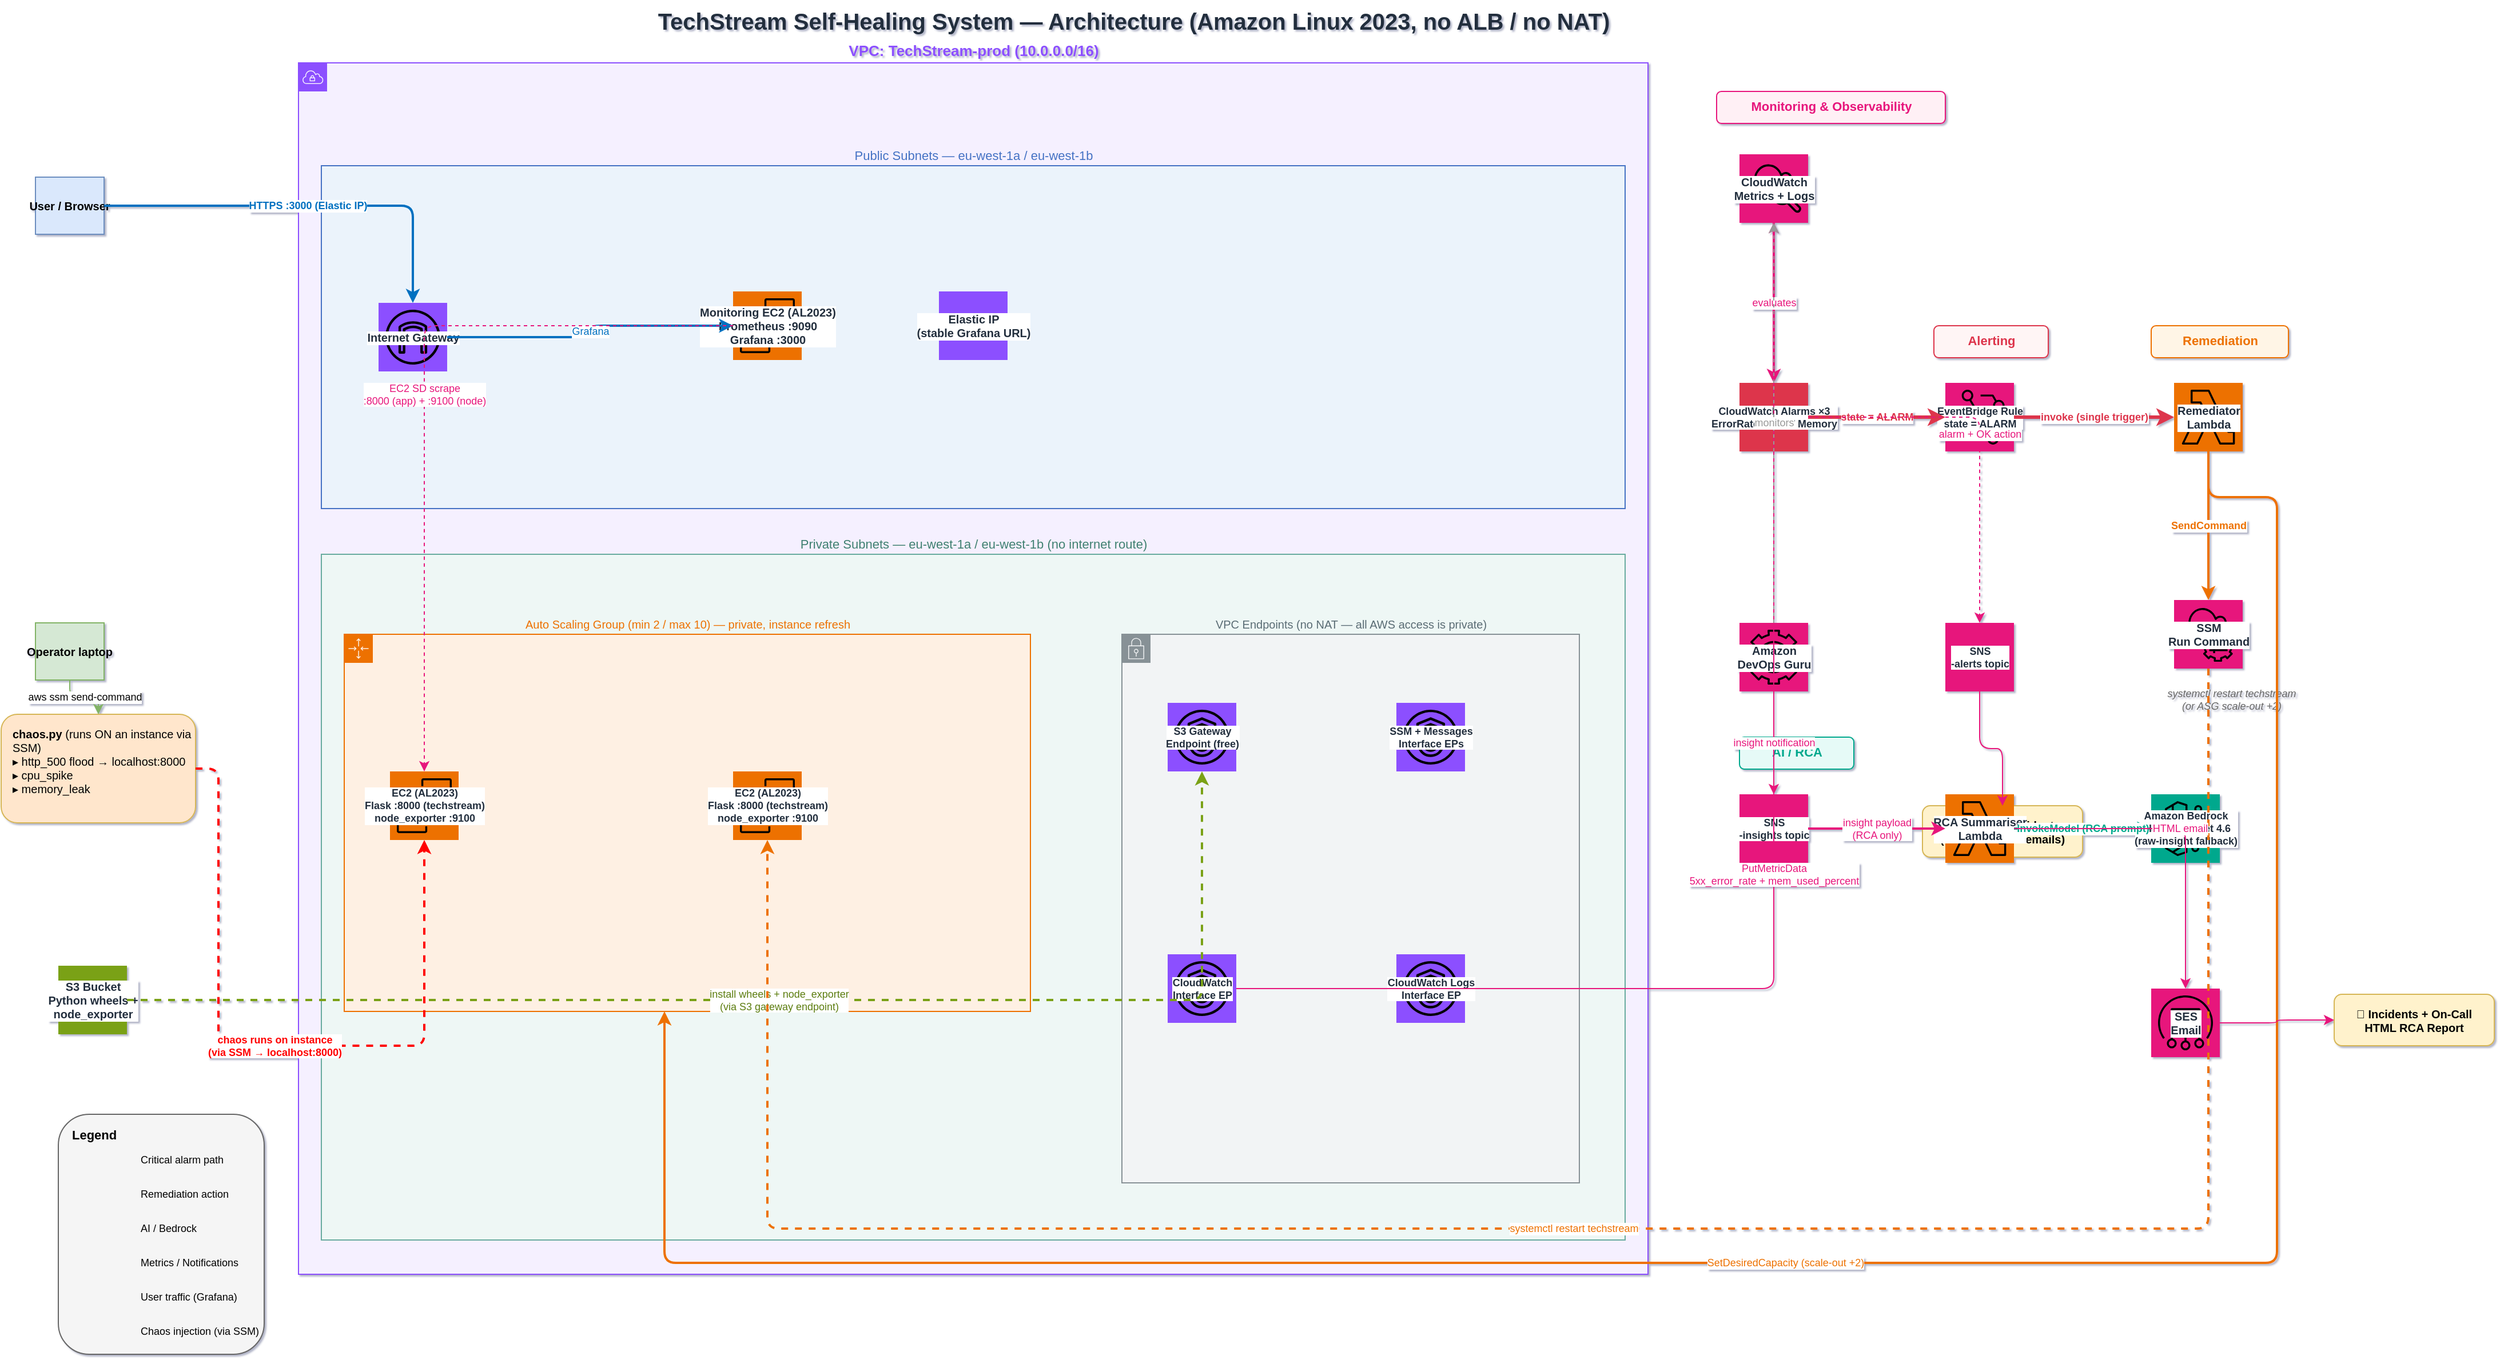
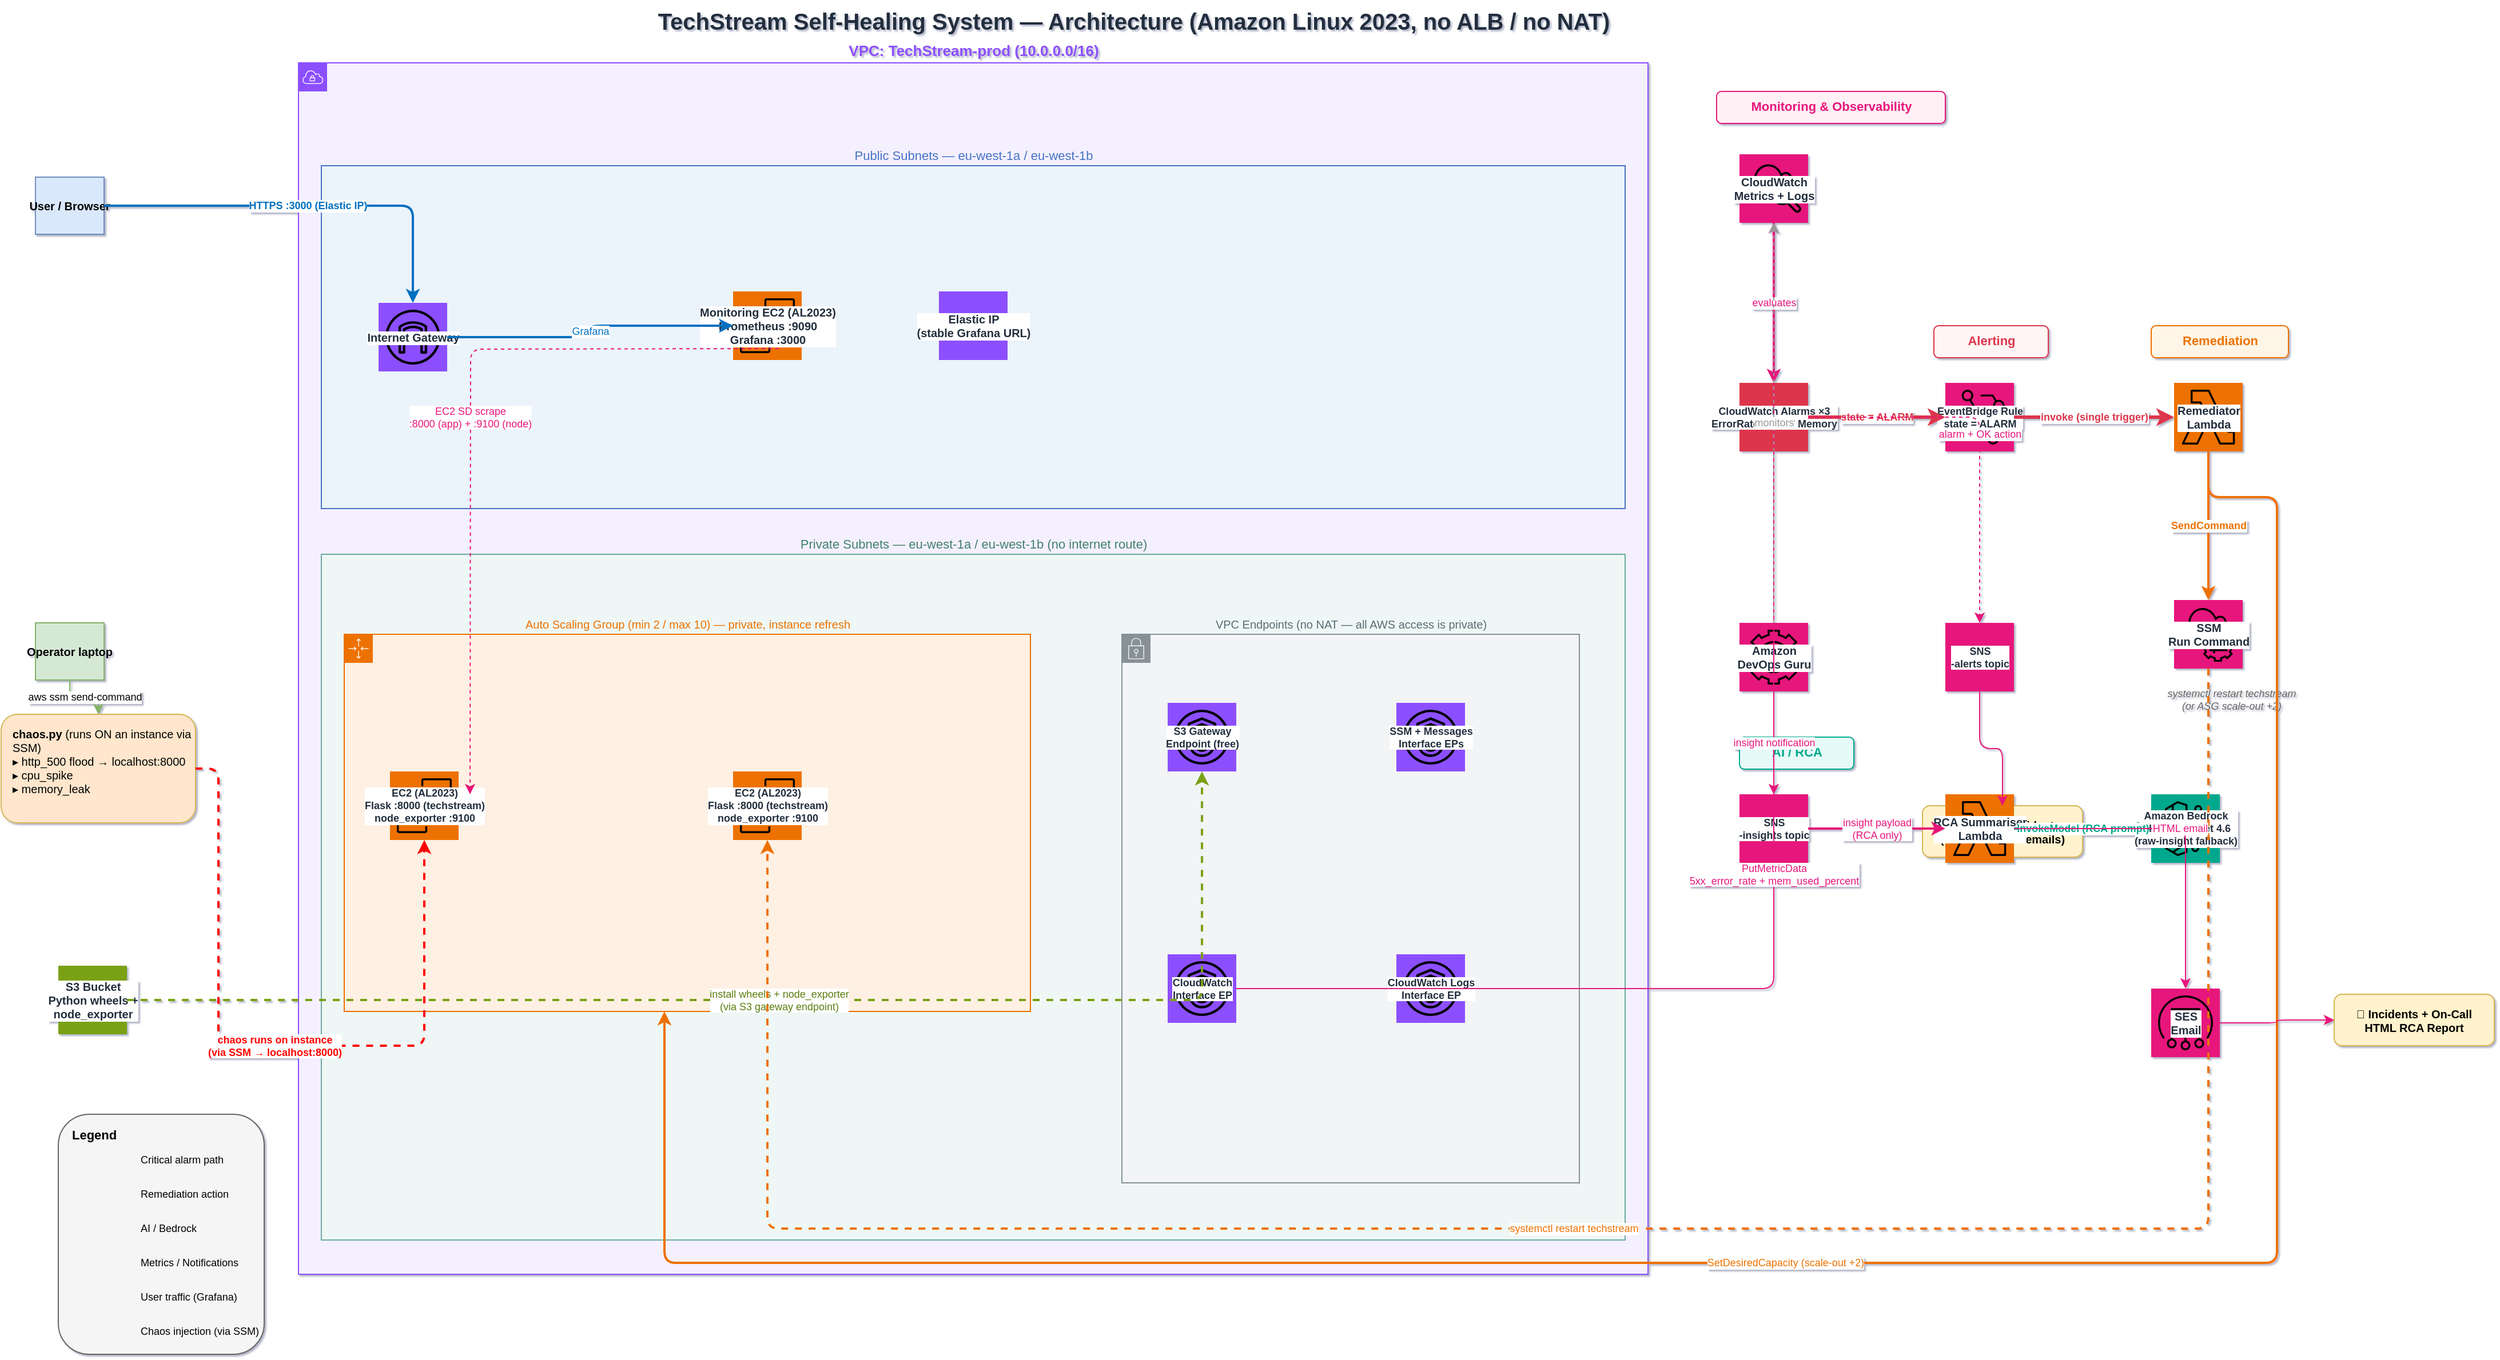
<mxfile host="65bd71144e">
    <diagram id="techstream-arch" name="TechStream Self-Healing Architecture">
-         <mxGraphModel dx="1860" dy="3116" grid="1" gridSize="10" guides="1" tooltips="1" connect="1" arrows="1" fold="1" page="1" pageScale="1" pageWidth="2400" pageHeight="1654" math="0" shadow="1">
+         <mxGraphModel dx="2331" dy="1560" grid="1" gridSize="10" guides="1" tooltips="1" connect="1" arrows="1" fold="1" page="1" pageScale="1" pageWidth="2400" pageHeight="1654" math="0" shadow="1">
            <root>
                <mxCell id="0"/>
                <mxCell id="1" parent="0"/>
                <mxCell id="title" value="TechStream Self-Healing System — Architecture (Amazon Linux 2023, no ALB / no NAT)" style="text;html=1;align=center;fontStyle=1;fontSize=20;fontColor=#232F3E;" parent="1" vertex="1">
                    <mxGeometry x="560" y="15" width="900" height="35" as="geometry"/>
                </mxCell>
                <mxCell id="ext_user" value="User / Browser" style="shape=mxgraph.cisco.routers.workstation;fillColor=#dae8fc;strokeColor=#6c8ebf;fontStyle=1;fontSize=10;" parent="1" vertex="1">
                    <mxGeometry x="50" y="170" width="60" height="50" as="geometry"/>
                </mxCell>
                <mxCell id="ext_op" value="Operator laptop" style="shape=mxgraph.cisco.routers.workstation;fillColor=#d5e8d4;strokeColor=#82b366;fontStyle=1;fontSize=10;" parent="1" vertex="1">
                    <mxGeometry x="50" y="560" width="60" height="50" as="geometry"/>
                </mxCell>
                <mxCell id="chaos_box" value="&lt;b&gt;chaos.py&lt;/b&gt; (runs ON an instance via SSM)&#xa;▸ http_500 flood → localhost:8000&#xa;▸ cpu_spike&#xa;▸ memory_leak" style="rounded=1;whiteSpace=wrap;html=1;fillColor=#ffe6cc;strokeColor=#d6b656;fontSize=10;align=left;spacingLeft=8;verticalAlign=top;spacingTop=5;" parent="1" vertex="1">
                    <mxGeometry x="20" y="640" width="170" height="95" as="geometry"/>
                </mxCell>
                <mxCell id="s3_pkg" value="S3 Bucket&#xa;Python wheels +&#xa;node_exporter" style="outlineConnect=0;fontColor=#232F3E;gradientColor=none;strokeColor=none;fillColor=#7AA116;labelBackgroundColor=#ffffff;align=center;html=1;fontSize=10;fontStyle=1;aspect=fixed;shape=mxgraph.aws4.resourceIcon;resIcon=mxgraph.aws4.simple_storage_service;" parent="1" vertex="1">
                    <mxGeometry x="70" y="860" width="60" height="60" as="geometry"/>
                </mxCell>
                <mxCell id="vpc" value="VPC: TechStream-prod (10.0.0.0/16)" style="points=[[0,0],[0.25,0],[0.5,0],[0.75,0],[1,0],[1,0.25],[1,0.5],[1,0.75],[1,1],[0.75,1],[0.5,1],[0.25,1],[0,1],[0,0.75],[0,0.5],[0,0.25]];shape=mxgraph.aws4.group;grIcon=mxgraph.aws4.group_vpc;strokeColor=#8C4FFF;fillColor=#F5F0FF;verticalLabelPosition=top;verticalAlign=bottom;align=center;html=1;fontStyle=1;fontSize=13;fontColor=#8C4FFF;" parent="1" vertex="1">
                    <mxGeometry x="280" y="70" width="1180" height="1060" as="geometry"/>
                </mxCell>
                <mxCell id="pub_subnet" value="Public Subnets — eu-west-1a / eu-west-1b" style="points=[[0,0],[0.25,0],[0.5,0],[0.75,0],[1,0],[1,0.25],[1,0.5],[1,0.75],[1,1],[0.75,1],[0.5,1],[0.25,1],[0,1],[0,0.75],[0,0.5],[0,0.25]];shape=mxgraph.aws4.group;grIcon=mxgraph.aws4.group_public_subnet;strokeColor=#4472C4;fillColor=#EBF3FB;verticalLabelPosition=top;verticalAlign=bottom;align=center;html=1;fontStyle=0;fontSize=11;fontColor=#4472C4;" parent="vpc" vertex="1">
                    <mxGeometry x="20" y="90" width="1140" height="300" as="geometry"/>
                </mxCell>
                <mxCell id="igw" value="Internet Gateway" style="outlineConnect=0;fontColor=#232F3E;gradientColor=none;strokeColor=none;fillColor=#8C4FFF;labelBackgroundColor=#ffffff;align=center;html=1;fontSize=10;fontStyle=1;aspect=fixed;shape=mxgraph.aws4.resourceIcon;resIcon=mxgraph.aws4.internet_gateway;" parent="pub_subnet" vertex="1">
                    <mxGeometry x="50" y="120" width="60" height="60" as="geometry"/>
                </mxCell>
                <mxCell id="mon_ec2" value="Monitoring EC2 (AL2023)&#xa;Prometheus :9090&#xa;Grafana :3000" style="outlineConnect=0;fontColor=#232F3E;gradientColor=none;strokeColor=none;fillColor=#ED7100;labelBackgroundColor=#ffffff;align=center;html=1;fontSize=10;fontStyle=1;aspect=fixed;shape=mxgraph.aws4.resourceIcon;resIcon=mxgraph.aws4.ec2;" parent="pub_subnet" vertex="1">
                    <mxGeometry x="360" y="110" width="60" height="60" as="geometry"/>
                </mxCell>
                <mxCell id="eip" value="Elastic IP&#xa;(stable Grafana URL)" style="outlineConnect=0;fontColor=#232F3E;gradientColor=none;strokeColor=none;fillColor=#8C4FFF;labelBackgroundColor=#ffffff;align=center;html=1;fontSize=10;fontStyle=1;aspect=fixed;shape=mxgraph.aws4.resourceIcon;resIcon=mxgraph.aws4.elastic_ip_address;" parent="pub_subnet" vertex="1">
                    <mxGeometry x="540" y="110" width="60" height="60" as="geometry"/>
                </mxCell>
                <mxCell id="priv_subnet" value="Private Subnets — eu-west-1a / eu-west-1b (no internet route)" style="points=[[0,0],[0.25,0],[0.5,0],[0.75,0],[1,0],[1,0.25],[1,0.5],[1,0.75],[1,1],[0.75,1],[0.5,1],[0.25,1],[0,1],[0,0.75],[0,0.5],[0,0.25]];shape=mxgraph.aws4.group;grIcon=mxgraph.aws4.group_private_subnet;strokeColor=#67AB9F;fillColor=#EEF7F5;verticalLabelPosition=top;verticalAlign=bottom;align=center;html=1;fontStyle=0;fontSize=11;fontColor=#3F8070;" parent="vpc" vertex="1">
                    <mxGeometry x="20" y="430" width="1140" height="600" as="geometry"/>
                </mxCell>
                <mxCell id="asg_group" value="Auto Scaling Group (min 2 / max 10) — private, instance refresh" style="points=[[0,0],[0.25,0],[0.5,0],[0.75,0],[1,0],[1,0.25],[1,0.5],[1,0.75],[1,1],[0.75,1],[0.5,1],[0.25,1],[0,1],[0,0.75],[0,0.5],[0,0.25]];shape=mxgraph.aws4.group;grIcon=mxgraph.aws4.group_auto_scaling_group;strokeColor=#ED7100;fillColor=#FEF0E3;verticalLabelPosition=top;verticalAlign=bottom;align=center;html=1;fontStyle=0;fontSize=10;fontColor=#ED7100;" parent="priv_subnet" vertex="1">
                    <mxGeometry x="20" y="70" width="600" height="330" as="geometry"/>
                </mxCell>
                <mxCell id="ec2_1" value="EC2 (AL2023)&#xa;Flask :8000 (techstream)&#xa;node_exporter :9100" style="outlineConnect=0;fontColor=#232F3E;gradientColor=none;strokeColor=none;fillColor=#ED7100;labelBackgroundColor=#ffffff;align=center;html=1;fontSize=9;fontStyle=1;aspect=fixed;shape=mxgraph.aws4.resourceIcon;resIcon=mxgraph.aws4.ec2;" parent="asg_group" vertex="1">
                    <mxGeometry x="40" y="120" width="60" height="60" as="geometry"/>
                </mxCell>
                <mxCell id="ec2_2" value="EC2 (AL2023)&#xa;Flask :8000 (techstream)&#xa;node_exporter :9100" style="outlineConnect=0;fontColor=#232F3E;gradientColor=none;strokeColor=none;fillColor=#ED7100;labelBackgroundColor=#ffffff;align=center;html=1;fontSize=9;fontStyle=1;aspect=fixed;shape=mxgraph.aws4.resourceIcon;resIcon=mxgraph.aws4.ec2;" parent="asg_group" vertex="1">
                    <mxGeometry x="340" y="120" width="60" height="60" as="geometry"/>
                </mxCell>
                <mxCell id="ep_group" value="VPC Endpoints (no NAT — all AWS access is private)" style="points=[[0,0],[0.25,0],[0.5,0],[0.75,0],[1,0],[1,0.25],[1,0.5],[1,0.75],[1,1],[0.75,1],[0.5,1],[0.25,1],[0,1],[0,0.75],[0,0.5],[0,0.25]];shape=mxgraph.aws4.group;grIcon=mxgraph.aws4.group_security_group;strokeColor=#879196;fillColor=#F2F4F5;verticalLabelPosition=top;verticalAlign=bottom;align=center;html=1;fontStyle=0;fontSize=10;fontColor=#5A6C74;" parent="priv_subnet" vertex="1">
                    <mxGeometry x="700" y="70" width="400" height="480" as="geometry"/>
                </mxCell>
                <mxCell id="ep_s3" value="S3 Gateway&#xa;Endpoint (free)" style="outlineConnect=0;fontColor=#232F3E;gradientColor=none;strokeColor=none;fillColor=#8C4FFF;labelBackgroundColor=#ffffff;align=center;html=1;fontSize=9;fontStyle=1;aspect=fixed;shape=mxgraph.aws4.resourceIcon;resIcon=mxgraph.aws4.endpoints;" parent="ep_group" vertex="1">
                    <mxGeometry x="40" y="60" width="60" height="60" as="geometry"/>
                </mxCell>
                <mxCell id="ep_ssm" value="SSM + Messages&#xa;Interface EPs" style="outlineConnect=0;fontColor=#232F3E;gradientColor=none;strokeColor=none;fillColor=#8C4FFF;labelBackgroundColor=#ffffff;align=center;html=1;fontSize=9;fontStyle=1;aspect=fixed;shape=mxgraph.aws4.resourceIcon;resIcon=mxgraph.aws4.endpoints;" parent="ep_group" vertex="1">
                    <mxGeometry x="240" y="60" width="60" height="60" as="geometry"/>
                </mxCell>
                <mxCell id="ep_cw" value="CloudWatch&#xa;Interface EP" style="outlineConnect=0;fontColor=#232F3E;gradientColor=none;strokeColor=none;fillColor=#8C4FFF;labelBackgroundColor=#ffffff;align=center;html=1;fontSize=9;fontStyle=1;aspect=fixed;shape=mxgraph.aws4.resourceIcon;resIcon=mxgraph.aws4.endpoints;" parent="ep_group" vertex="1">
                    <mxGeometry x="40" y="280" width="60" height="60" as="geometry"/>
                </mxCell>
                <mxCell id="ep_logs" value="CloudWatch Logs&#xa;Interface EP" style="outlineConnect=0;fontColor=#232F3E;gradientColor=none;strokeColor=none;fillColor=#8C4FFF;labelBackgroundColor=#ffffff;align=center;html=1;fontSize=9;fontStyle=1;aspect=fixed;shape=mxgraph.aws4.resourceIcon;resIcon=mxgraph.aws4.endpoints;" parent="ep_group" vertex="1">
                    <mxGeometry x="240" y="280" width="60" height="60" as="geometry"/>
                </mxCell>
+                 <mxCell id="e05" value="EC2 SD scrape&#xa;:8000 (app) + :9100 (node)" style="edgeStyle=orthogonalEdgeStyle;html=1;strokeColor=#E7157B;strokeWidth=1;fontColor=#E7157B;fontSize=9;dashed=1;" parent="vpc" edge="1">
+                     <mxGeometry relative="1" as="geometry">
+                         <mxPoint x="420" y="250" as="sourcePoint"/>
+                         <mxPoint x="150" y="640" as="targetPoint"/>
+                     </mxGeometry>
+                 </mxCell>
                <mxCell id="lbl_monitoring" value="Monitoring &amp; Observability" style="text;html=1;align=center;fontStyle=1;fontSize=11;fontColor=#E7157B;strokeColor=#E7157B;fillColor=#FFF0F5;rounded=1;" parent="1" vertex="1">
                    <mxGeometry x="1520" y="95" width="200" height="28" as="geometry"/>
                </mxCell>
                <mxCell id="cloudwatch" value="CloudWatch&#xa;Metrics + Logs" style="outlineConnect=0;fontColor=#232F3E;gradientColor=none;strokeColor=none;fillColor=#E7157B;labelBackgroundColor=#ffffff;align=center;html=1;fontSize=10;fontStyle=1;aspect=fixed;shape=mxgraph.aws4.resourceIcon;resIcon=mxgraph.aws4.cloudwatch;" parent="1" vertex="1">
                    <mxGeometry x="1540" y="150" width="60" height="60" as="geometry"/>
                </mxCell>
                <mxCell id="cw_alarm" value="CloudWatch Alarms ×3&#xa;ErrorRate / CPU / Memory" style="outlineConnect=0;fontColor=#232F3E;gradientColor=none;strokeColor=none;fillColor=#DD344C;labelBackgroundColor=#ffffff;align=center;html=1;fontSize=9;fontStyle=1;aspect=fixed;shape=mxgraph.aws4.resourceIcon;resIcon=mxgraph.aws4.cloudwatch_alarm;" parent="1" vertex="1">
                    <mxGeometry x="1540" y="350" width="60" height="60" as="geometry"/>
                </mxCell>
                <mxCell id="devops_guru" value="Amazon&#xa;DevOps Guru" style="outlineConnect=0;fontColor=#232F3E;gradientColor=none;strokeColor=none;fillColor=#E7157B;labelBackgroundColor=#ffffff;align=center;html=1;fontSize=10;fontStyle=1;aspect=fixed;shape=mxgraph.aws4.resourceIcon;resIcon=mxgraph.aws4.devops_guru;" parent="1" vertex="1">
                    <mxGeometry x="1540" y="560" width="60" height="60" as="geometry"/>
                </mxCell>
                <mxCell id="lbl_alerting" value="Alerting" style="text;html=1;align=center;fontStyle=1;fontSize=11;fontColor=#DD344C;strokeColor=#DD344C;fillColor=#FFF5F5;rounded=1;" parent="1" vertex="1">
                    <mxGeometry x="1710" y="300" width="100" height="28" as="geometry"/>
                </mxCell>
                <mxCell id="eventbridge" value="EventBridge Rule&#xa;state = ALARM" style="outlineConnect=0;fontColor=#232F3E;gradientColor=none;strokeColor=none;fillColor=#E7157B;labelBackgroundColor=#ffffff;align=center;html=1;fontSize=9;fontStyle=1;aspect=fixed;shape=mxgraph.aws4.resourceIcon;resIcon=mxgraph.aws4.eventbridge;" parent="1" vertex="1">
                    <mxGeometry x="1720" y="350" width="60" height="60" as="geometry"/>
                </mxCell>
                <mxCell id="sns_alerts" value="SNS&#xa;-alerts topic" style="outlineConnect=0;fontColor=#232F3E;gradientColor=none;strokeColor=none;fillColor=#E7157B;labelBackgroundColor=#ffffff;align=center;html=1;fontSize=9;fontStyle=1;aspect=fixed;shape=mxgraph.aws4.resourceIcon;resIcon=mxgraph.aws4.simple_notification_service;" parent="1" vertex="1">
                    <mxGeometry x="1720" y="560" width="60" height="60" as="geometry"/>
                </mxCell>
                <mxCell id="oncall_email" value="📧 On-Call + Incidents&#xa;(alarm AND OK emails)" style="rounded=1;whiteSpace=wrap;html=1;fillColor=#fff2cc;strokeColor=#d6b656;fontStyle=1;fontSize=10;" parent="1" vertex="1">
                    <mxGeometry x="1700" y="720" width="140" height="45" as="geometry"/>
                </mxCell>
                <mxCell id="lbl_remediation" value="Remediation" style="text;html=1;align=center;fontStyle=1;fontSize=11;fontColor=#ED7100;strokeColor=#ED7100;fillColor=#FFF5E6;rounded=1;" parent="1" vertex="1">
                    <mxGeometry x="1900" y="300" width="120" height="28" as="geometry"/>
                </mxCell>
                <mxCell id="lambda_rem" value="Remediator&#xa;Lambda" style="outlineConnect=0;fontColor=#232F3E;gradientColor=none;strokeColor=none;fillColor=#ED7100;labelBackgroundColor=#ffffff;align=center;html=1;fontSize=10;fontStyle=1;aspect=fixed;shape=mxgraph.aws4.resourceIcon;resIcon=mxgraph.aws4.lambda;" parent="1" vertex="1">
                    <mxGeometry x="1920" y="350" width="60" height="60" as="geometry"/>
                </mxCell>
                <mxCell id="ssm_cmd" value="SSM&#xa;Run Command" style="outlineConnect=0;fontColor=#232F3E;gradientColor=none;strokeColor=none;fillColor=#E7157B;labelBackgroundColor=#ffffff;align=center;html=1;fontSize=10;fontStyle=1;aspect=fixed;shape=mxgraph.aws4.resourceIcon;resIcon=mxgraph.aws4.systems_manager;" parent="1" vertex="1">
                    <mxGeometry x="1920" y="540" width="60" height="60" as="geometry"/>
                </mxCell>
                <mxCell id="restart_label" value="systemctl restart techstream&#xa;(or ASG scale-out +2)" style="text;html=1;align=center;fontSize=9;fontColor=#666666;fontStyle=2;" parent="1" vertex="1">
                    <mxGeometry x="1890" y="610" width="160" height="26" as="geometry"/>
                </mxCell>
                <mxCell id="lbl_ai" value="AI / RCA" style="text;html=1;align=center;fontStyle=1;fontSize=11;fontColor=#01A88D;strokeColor=#01A88D;fillColor=#E6FAF7;rounded=1;" parent="1" vertex="1">
                    <mxGeometry x="1540" y="660" width="100" height="28" as="geometry"/>
                </mxCell>
                <mxCell id="sns_insights" value="SNS&#xa;-insights topic" style="outlineConnect=0;fontColor=#232F3E;gradientColor=none;strokeColor=none;fillColor=#E7157B;labelBackgroundColor=#ffffff;align=center;html=1;fontSize=9;fontStyle=1;aspect=fixed;shape=mxgraph.aws4.resourceIcon;resIcon=mxgraph.aws4.simple_notification_service;" parent="1" vertex="1">
                    <mxGeometry x="1540" y="710" width="60" height="60" as="geometry"/>
                </mxCell>
                <mxCell id="lambda_rca" value="RCA Summariser&#xa;Lambda" style="outlineConnect=0;fontColor=#232F3E;gradientColor=none;strokeColor=none;fillColor=#ED7100;labelBackgroundColor=#ffffff;align=center;html=1;fontSize=10;fontStyle=1;aspect=fixed;shape=mxgraph.aws4.resourceIcon;resIcon=mxgraph.aws4.lambda;" parent="1" vertex="1">
                    <mxGeometry x="1720" y="710" width="60" height="60" as="geometry"/>
                </mxCell>
                <mxCell id="bedrock" value="Amazon Bedrock&#xa;Claude Sonnet 4.6&#xa;(raw-insight fallback)" style="outlineConnect=0;fontColor=#232F3E;gradientColor=none;strokeColor=none;fillColor=#01A88D;labelBackgroundColor=#ffffff;align=center;html=1;fontSize=9;fontStyle=1;aspect=fixed;shape=mxgraph.aws4.resourceIcon;resIcon=mxgraph.aws4.bedrock;" parent="1" vertex="1">
                    <mxGeometry x="1900" y="710" width="60" height="60" as="geometry"/>
                </mxCell>
                <mxCell id="ses" value="SES&#xa;Email" style="outlineConnect=0;fontColor=#232F3E;gradientColor=none;strokeColor=none;fillColor=#E7157B;labelBackgroundColor=#ffffff;align=center;html=1;fontSize=10;fontStyle=1;aspect=fixed;shape=mxgraph.aws4.resourceIcon;resIcon=mxgraph.aws4.simple_email_service;" parent="1" vertex="1">
                    <mxGeometry x="1900" y="880" width="60" height="60" as="geometry"/>
                </mxCell>
                <mxCell id="incidents_email" value="📧 Incidents + On-Call&#xa;HTML RCA Report" style="rounded=1;whiteSpace=wrap;html=1;fillColor=#fff2cc;strokeColor=#d6b656;fontStyle=1;fontSize=10;" parent="1" vertex="1">
                    <mxGeometry x="2060" y="885" width="140" height="45" as="geometry"/>
                </mxCell>
                <mxCell id="e01" value="HTTPS :3000 (Elastic IP)" style="edgeStyle=orthogonalEdgeStyle;html=1;strokeColor=#0070C0;strokeWidth=2;fontColor=#0070C0;fontStyle=1;fontSize=9;" parent="1" source="ext_user" target="igw" edge="1">
                    <mxGeometry relative="1" as="geometry"/>
                </mxCell>
                <mxCell id="e02" value="Grafana" style="edgeStyle=orthogonalEdgeStyle;html=1;strokeColor=#0070C0;strokeWidth=2;fontColor=#0070C0;fontSize=9;" parent="1" source="igw" target="mon_ec2" edge="1">
                    <mxGeometry relative="1" as="geometry"/>
                </mxCell>
                <mxCell id="e03" value="aws ssm send-command" style="edgeStyle=orthogonalEdgeStyle;html=1;strokeColor=#82b366;strokeWidth=1;fontSize=9;" parent="1" source="ext_op" target="chaos_box" edge="1">
                    <mxGeometry relative="1" as="geometry"/>
                </mxCell>
                <mxCell id="e04" value="chaos runs on instance&#xa;(via SSM → localhost:8000)" style="edgeStyle=orthogonalEdgeStyle;html=1;strokeColor=#FF0000;strokeWidth=2;dashed=1;fontColor=#FF0000;fontStyle=1;fontSize=9;exitX=1;exitY=0.5;exitDX=0;exitDY=0;" parent="1" source="chaos_box" target="ec2_1" edge="1">
                    <mxGeometry relative="1" as="geometry">
                        <Array as="points">
                            <mxPoint x="210" y="688"/>
                            <mxPoint x="210" y="930"/>
                        </Array>
                    </mxGeometry>
-                 </mxCell>
-                 <mxCell id="e05" value="EC2 SD scrape&#xa;:8000 (app) + :9100 (node)" style="edgeStyle=orthogonalEdgeStyle;html=1;strokeColor=#E7157B;strokeWidth=1;fontColor=#E7157B;fontSize=9;dashed=1;" parent="1" source="mon_ec2" target="ec2_1" edge="1">
-                     <mxGeometry relative="1" as="geometry"/>
                </mxCell>
                <mxCell id="e06" value="PutMetricData&#xa;5xx_error_rate + mem_used_percent" style="edgeStyle=orthogonalEdgeStyle;html=1;strokeColor=#E7157B;strokeWidth=1;fontColor=#E7157B;fontSize=9;" parent="1" source="ep_cw" target="cloudwatch" edge="1">
                    <mxGeometry relative="1" as="geometry"/>
                </mxCell>
                <mxCell id="e07" value="install wheels + node_exporter&#xa;(via S3 gateway endpoint)" style="edgeStyle=orthogonalEdgeStyle;html=1;strokeColor=#7AA116;strokeWidth=2;fontColor=#5C7D10;fontSize=9;dashed=1;" parent="1" source="s3_pkg" target="ep_s3" edge="1">
                    <mxGeometry relative="1" as="geometry"/>
                </mxCell>
                <mxCell id="e11" value="evaluates" style="edgeStyle=orthogonalEdgeStyle;html=1;strokeColor=#E7157B;strokeWidth=2;fontColor=#E7157B;fontSize=9;" parent="1" source="cloudwatch" target="cw_alarm" edge="1">
                    <mxGeometry relative="1" as="geometry"/>
                </mxCell>
                <mxCell id="e12" value="state = ALARM" style="edgeStyle=orthogonalEdgeStyle;html=1;strokeColor=#DD344C;strokeWidth=3;fontColor=#DD344C;fontStyle=1;fontSize=9;" parent="1" source="cw_alarm" target="eventbridge" edge="1">
                    <mxGeometry relative="1" as="geometry"/>
                </mxCell>
                <mxCell id="e13" value="alarm + OK action" style="edgeStyle=orthogonalEdgeStyle;html=1;strokeColor=#E7157B;strokeWidth=1;dashed=1;fontColor=#E7157B;fontSize=9;" parent="1" source="cw_alarm" target="sns_alerts" edge="1">
                    <mxGeometry relative="1" as="geometry"/>
                </mxCell>
                <mxCell id="e14" value="invoke (single trigger)" style="edgeStyle=orthogonalEdgeStyle;html=1;strokeColor=#DD344C;strokeWidth=3;fontColor=#DD344C;fontStyle=1;fontSize=9;" parent="1" source="eventbridge" target="lambda_rem" edge="1">
                    <mxGeometry relative="1" as="geometry"/>
                </mxCell>
                <mxCell id="e15" value="SendCommand" style="edgeStyle=orthogonalEdgeStyle;html=1;strokeColor=#ED7100;strokeWidth=2;fontColor=#ED7100;fontStyle=1;fontSize=9;" parent="1" source="lambda_rem" target="ssm_cmd" edge="1">
                    <mxGeometry relative="1" as="geometry"/>
                </mxCell>
                <mxCell id="e16" value="systemctl restart techstream" style="edgeStyle=orthogonalEdgeStyle;html=1;strokeColor=#ED7100;strokeWidth=2;dashed=1;fontColor=#ED7100;fontSize=9;" parent="1" source="ssm_cmd" target="ec2_2" edge="1">
                    <mxGeometry relative="1" as="geometry">
                        <Array as="points">
                            <mxPoint x="1950" y="640"/>
                            <mxPoint x="1950" y="1090"/>
                            <mxPoint x="780" y="1090"/>
                        </Array>
                    </mxGeometry>
                </mxCell>
                <mxCell id="e17" value="SetDesiredCapacity (scale-out +2)" style="edgeStyle=orthogonalEdgeStyle;html=1;strokeColor=#ED7100;strokeWidth=2;dashed=0;fontColor=#ED7100;fontSize=9;" parent="1" source="lambda_rem" target="asg_group" edge="1">
                    <mxGeometry relative="1" as="geometry">
                        <Array as="points">
                            <mxPoint x="2010" y="450"/>
                            <mxPoint x="2010" y="1120"/>
                            <mxPoint x="600" y="1120"/>
                        </Array>
                    </mxGeometry>
                </mxCell>
                <mxCell id="e18" value="insight notification" style="edgeStyle=orthogonalEdgeStyle;html=1;strokeColor=#E7157B;strokeWidth=1;fontColor=#E7157B;fontSize=9;" parent="1" source="devops_guru" target="sns_insights" edge="1">
                    <mxGeometry relative="1" as="geometry"/>
                </mxCell>
                <mxCell id="e19" value="monitors" style="edgeStyle=orthogonalEdgeStyle;html=1;strokeColor=#999999;strokeWidth=1;dashed=1;fontColor=#999999;fontSize=9;" parent="1" source="devops_guru" target="cloudwatch" edge="1">
                    <mxGeometry relative="1" as="geometry"/>
                </mxCell>
                <mxCell id="e20" value="" style="edgeStyle=orthogonalEdgeStyle;html=1;strokeColor=#E7157B;strokeWidth=1;fontColor=#E7157B;fontSize=9;" parent="1" source="sns_alerts" target="oncall_email" edge="1">
                    <mxGeometry relative="1" as="geometry"/>
                </mxCell>
                <mxCell id="e21" value="insight payload&#xa;(RCA only)" style="edgeStyle=orthogonalEdgeStyle;html=1;strokeColor=#E7157B;strokeWidth=2;fontColor=#E7157B;fontSize=9;" parent="1" source="sns_insights" target="lambda_rca" edge="1">
                    <mxGeometry relative="1" as="geometry"/>
                </mxCell>
                <mxCell id="e22" value="InvokeModel (RCA prompt)" style="edgeStyle=orthogonalEdgeStyle;html=1;strokeColor=#01A88D;strokeWidth=2;fontColor=#01A88D;fontStyle=1;fontSize=9;" parent="1" source="lambda_rca" target="bedrock" edge="1">
                    <mxGeometry relative="1" as="geometry"/>
                </mxCell>
                <mxCell id="e23" value="HTML email" style="edgeStyle=orthogonalEdgeStyle;html=1;strokeColor=#E7157B;strokeWidth=1;fontColor=#E7157B;fontSize=9;" parent="1" source="lambda_rca" target="ses" edge="1">
                    <mxGeometry relative="1" as="geometry"/>
                </mxCell>
                <mxCell id="e24" value="" style="edgeStyle=orthogonalEdgeStyle;html=1;strokeColor=#E7157B;strokeWidth=1;" parent="1" source="ses" target="incidents_email" edge="1">
                    <mxGeometry relative="1" as="geometry"/>
                </mxCell>
                <mxCell id="legend_box" value="" style="rounded=1;whiteSpace=wrap;html=1;fillColor=#f5f5f5;strokeColor=#666666;" parent="1" vertex="1">
                    <mxGeometry x="70" y="990" width="180" height="210" as="geometry"/>
                </mxCell>
                <mxCell id="legend_title" value="Legend" style="text;html=1;align=left;fontStyle=1;fontSize=11;" parent="1" vertex="1">
                    <mxGeometry x="80" y="995" width="80" height="20" as="geometry"/>
                </mxCell>
                <mxCell id="leg1" value="" style="endArrow=block;endFill=1;html=1;strokeColor=#DD344C;strokeWidth=3;" parent="1" edge="1">
                    <mxGeometry x="45" y="785" width="50" height="10" as="geometry">
                        <Array as="points">
                            <mxPoint x="90" y="1025"/>
                            <mxPoint x="130" y="1025"/>
                        </Array>
                    </mxGeometry>
                </mxCell>
                <mxCell id="leg1l" value="Critical alarm path" style="text;html=1;align=left;fontSize=9;" parent="1" vertex="1">
                    <mxGeometry x="140" y="1018" width="110" height="16" as="geometry"/>
                </mxCell>
                <mxCell id="leg2" value="" style="endArrow=block;endFill=1;html=1;strokeColor=#ED7100;strokeWidth=2;" parent="1" edge="1">
                    <mxGeometry x="45" y="815" width="50" height="10" as="geometry">
                        <Array as="points">
                            <mxPoint x="90" y="1055"/>
                            <mxPoint x="130" y="1055"/>
                        </Array>
                    </mxGeometry>
                </mxCell>
                <mxCell id="leg2l" value="Remediation action" style="text;html=1;align=left;fontSize=9;" parent="1" vertex="1">
                    <mxGeometry x="140" y="1048" width="110" height="16" as="geometry"/>
                </mxCell>
                <mxCell id="leg3" value="" style="endArrow=block;endFill=1;html=1;strokeColor=#01A88D;strokeWidth=2;" parent="1" edge="1">
                    <mxGeometry x="45" y="845" width="50" height="10" as="geometry">
                        <Array as="points">
                            <mxPoint x="90" y="1085"/>
                            <mxPoint x="130" y="1085"/>
                        </Array>
                    </mxGeometry>
                </mxCell>
                <mxCell id="leg3l" value="AI / Bedrock" style="text;html=1;align=left;fontSize=9;" parent="1" vertex="1">
                    <mxGeometry x="140" y="1078" width="110" height="16" as="geometry"/>
                </mxCell>
                <mxCell id="leg4" value="" style="endArrow=block;endFill=1;html=1;strokeColor=#E7157B;strokeWidth=2;" parent="1" edge="1">
                    <mxGeometry x="45" y="875" width="50" height="10" as="geometry">
                        <Array as="points">
                            <mxPoint x="90" y="1115"/>
                            <mxPoint x="130" y="1115"/>
                        </Array>
                    </mxGeometry>
                </mxCell>
                <mxCell id="leg4l" value="Metrics / Notifications" style="text;html=1;align=left;fontSize=9;" parent="1" vertex="1">
                    <mxGeometry x="140" y="1108" width="120" height="16" as="geometry"/>
                </mxCell>
                <mxCell id="leg5" value="" style="endArrow=block;endFill=1;html=1;strokeColor=#0070C0;strokeWidth=2;" parent="1" edge="1">
                    <mxGeometry x="45" y="905" width="50" height="10" as="geometry">
                        <Array as="points">
                            <mxPoint x="90" y="1145"/>
                            <mxPoint x="130" y="1145"/>
                        </Array>
                    </mxGeometry>
                </mxCell>
                <mxCell id="leg5l" value="User traffic (Grafana)" style="text;html=1;align=left;fontSize=9;" parent="1" vertex="1">
                    <mxGeometry x="140" y="1138" width="110" height="16" as="geometry"/>
                </mxCell>
                <mxCell id="leg6" value="" style="endArrow=block;endFill=1;html=1;strokeColor=#FF0000;strokeWidth=2;dashed=1;" parent="1" edge="1">
                    <mxGeometry x="45" y="935" width="50" height="10" as="geometry">
                        <Array as="points">
                            <mxPoint x="90" y="1175"/>
                            <mxPoint x="130" y="1175"/>
                        </Array>
                    </mxGeometry>
                </mxCell>
                <mxCell id="leg6l" value="Chaos injection (via SSM)" style="text;html=1;align=left;fontSize=9;" parent="1" vertex="1">
                    <mxGeometry x="140" y="1168" width="120" height="16" as="geometry"/>
                </mxCell>
            </root>
        </mxGraphModel>
    </diagram>
- </mxfile>
+ </mxfile>